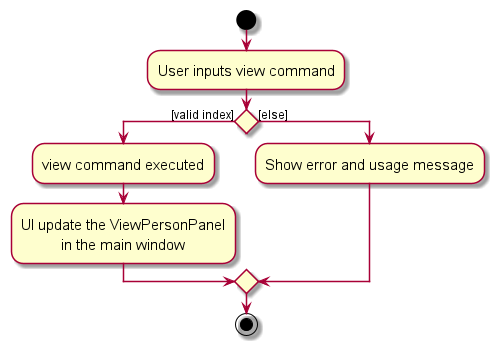
Before: docs/images/ViewActivityDiagram.png, a diagram exported from PlantUML (nus-cs2103-AY2324S1/tp).
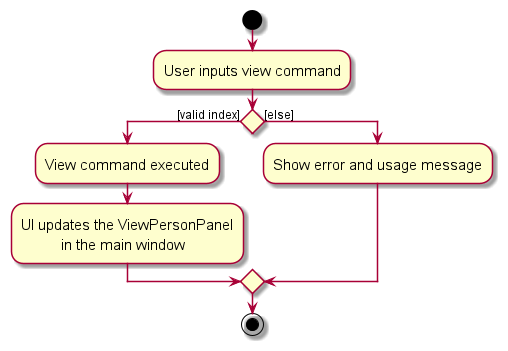
Later version of the same file.

Change to the diagram source:
```diff
@@ -7,8 +7,8 @@
 
 
 if () then ([valid index])
-    :view command executed;
-    :UI update the ViewPersonPanel
+    :View command executed;
+    :UI updates the ViewPersonPanel
               in the main window;
 else ([else])
     :Show error and usage message;
```
